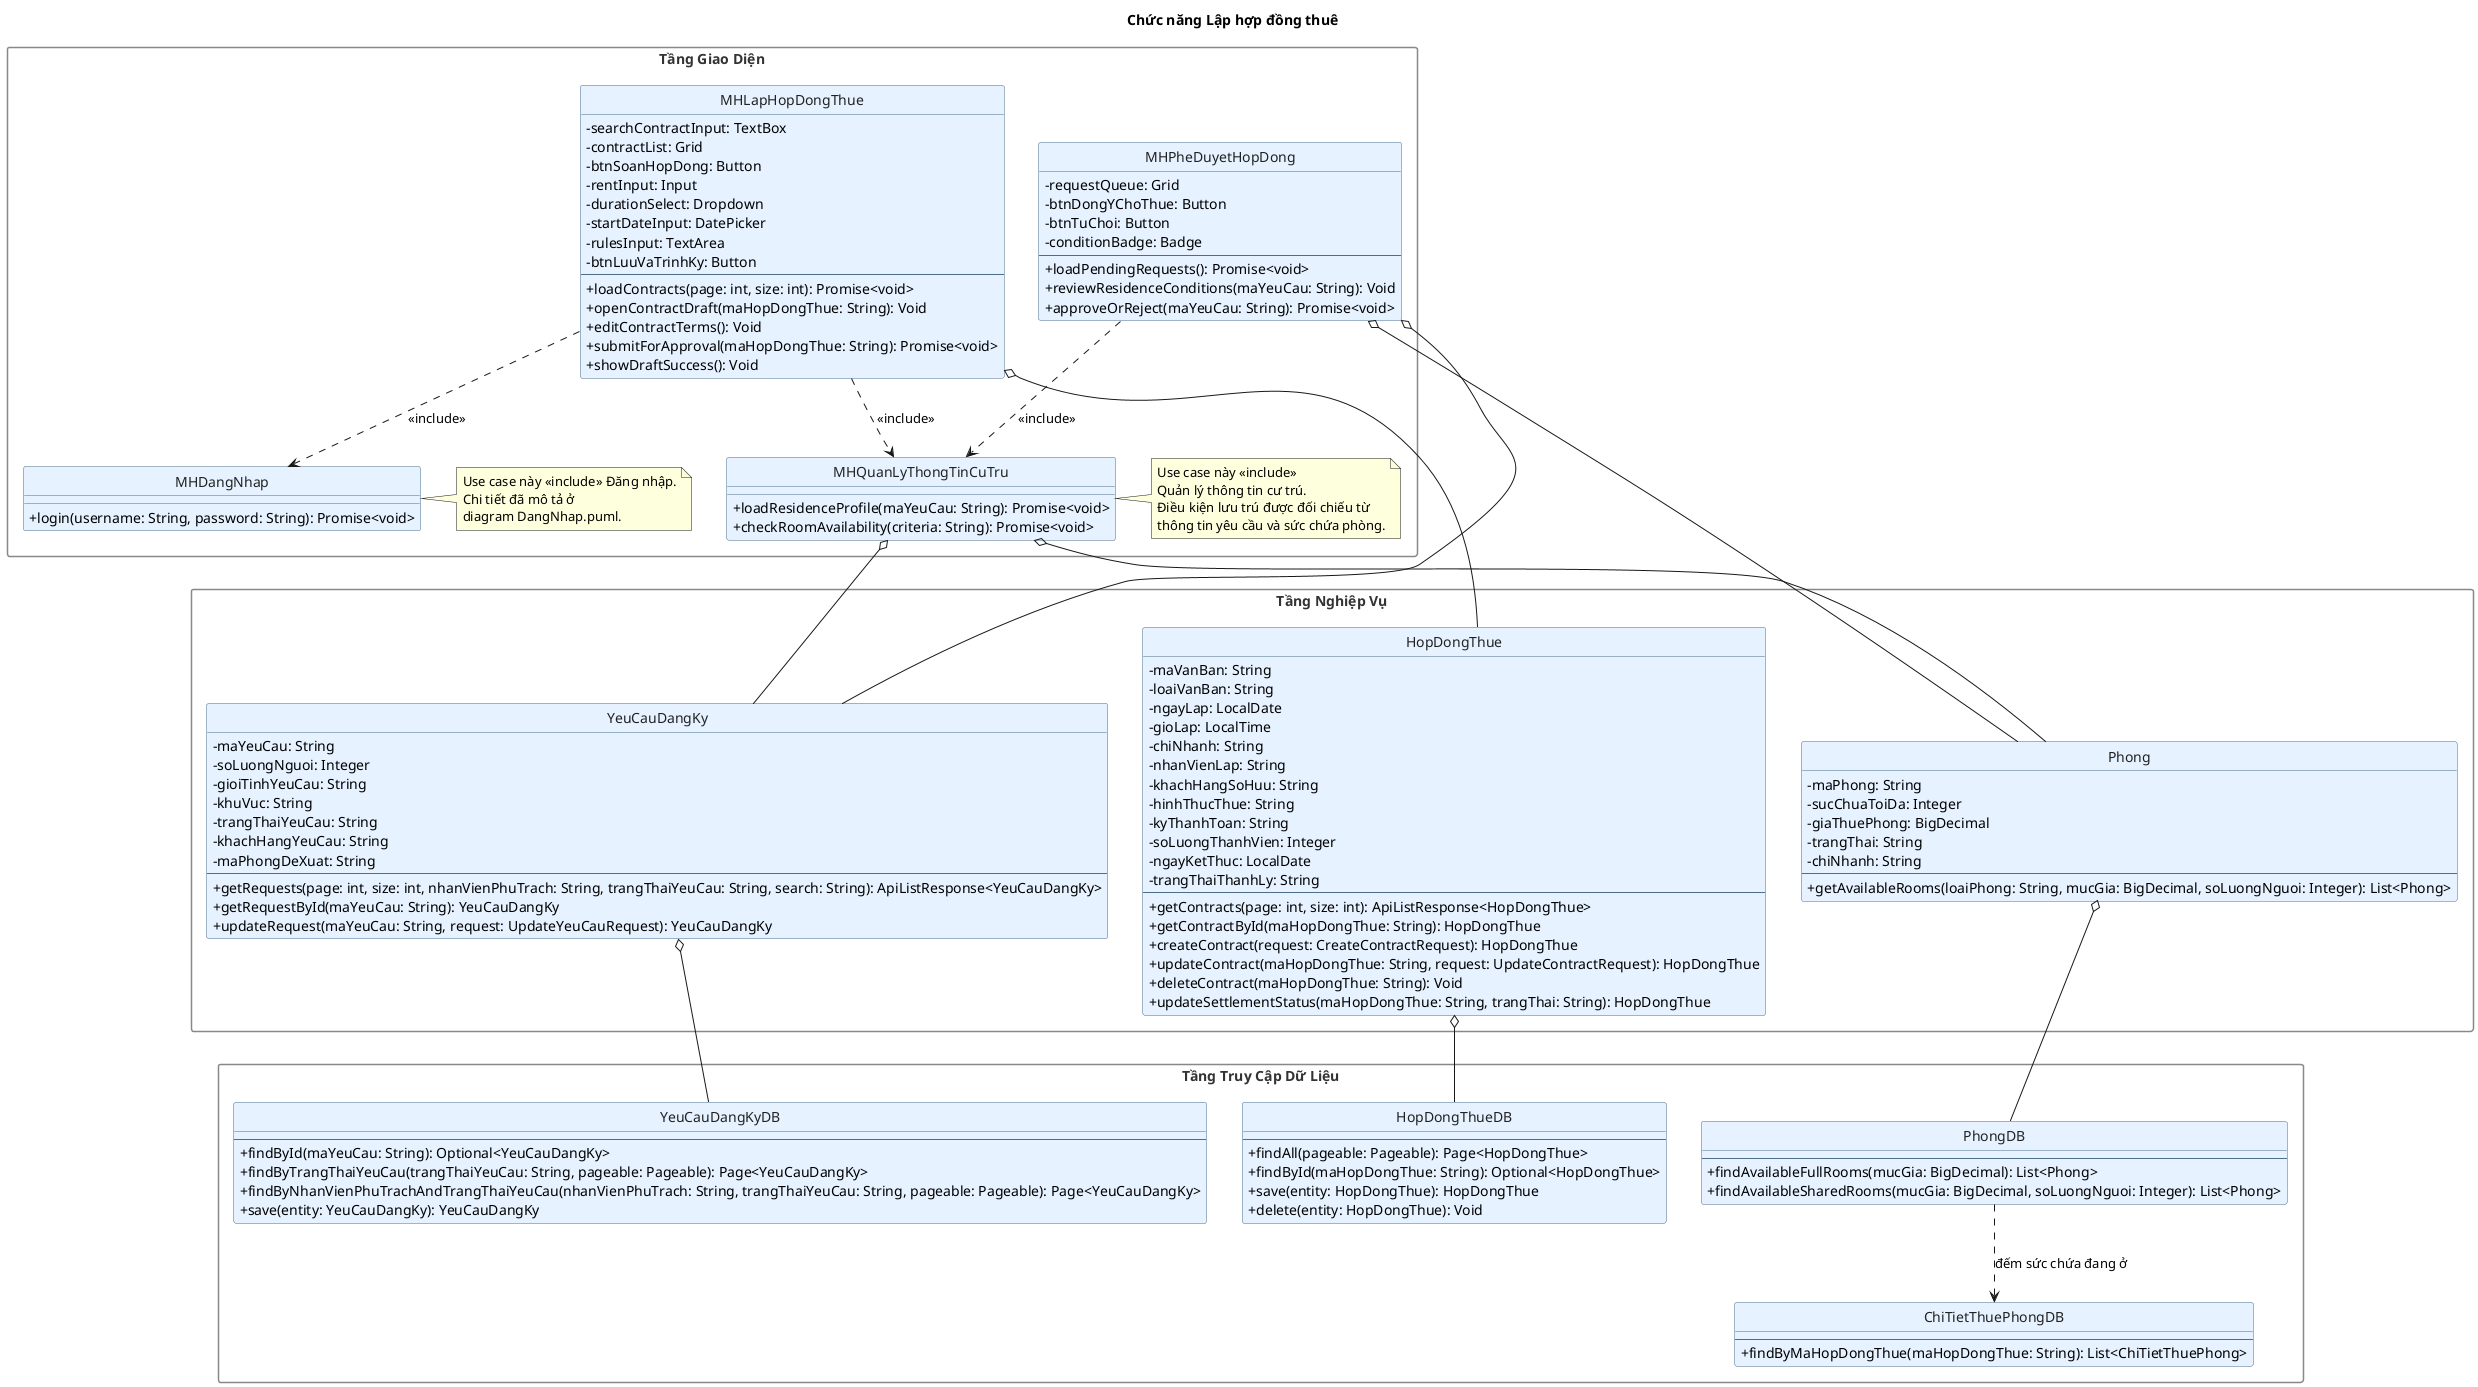
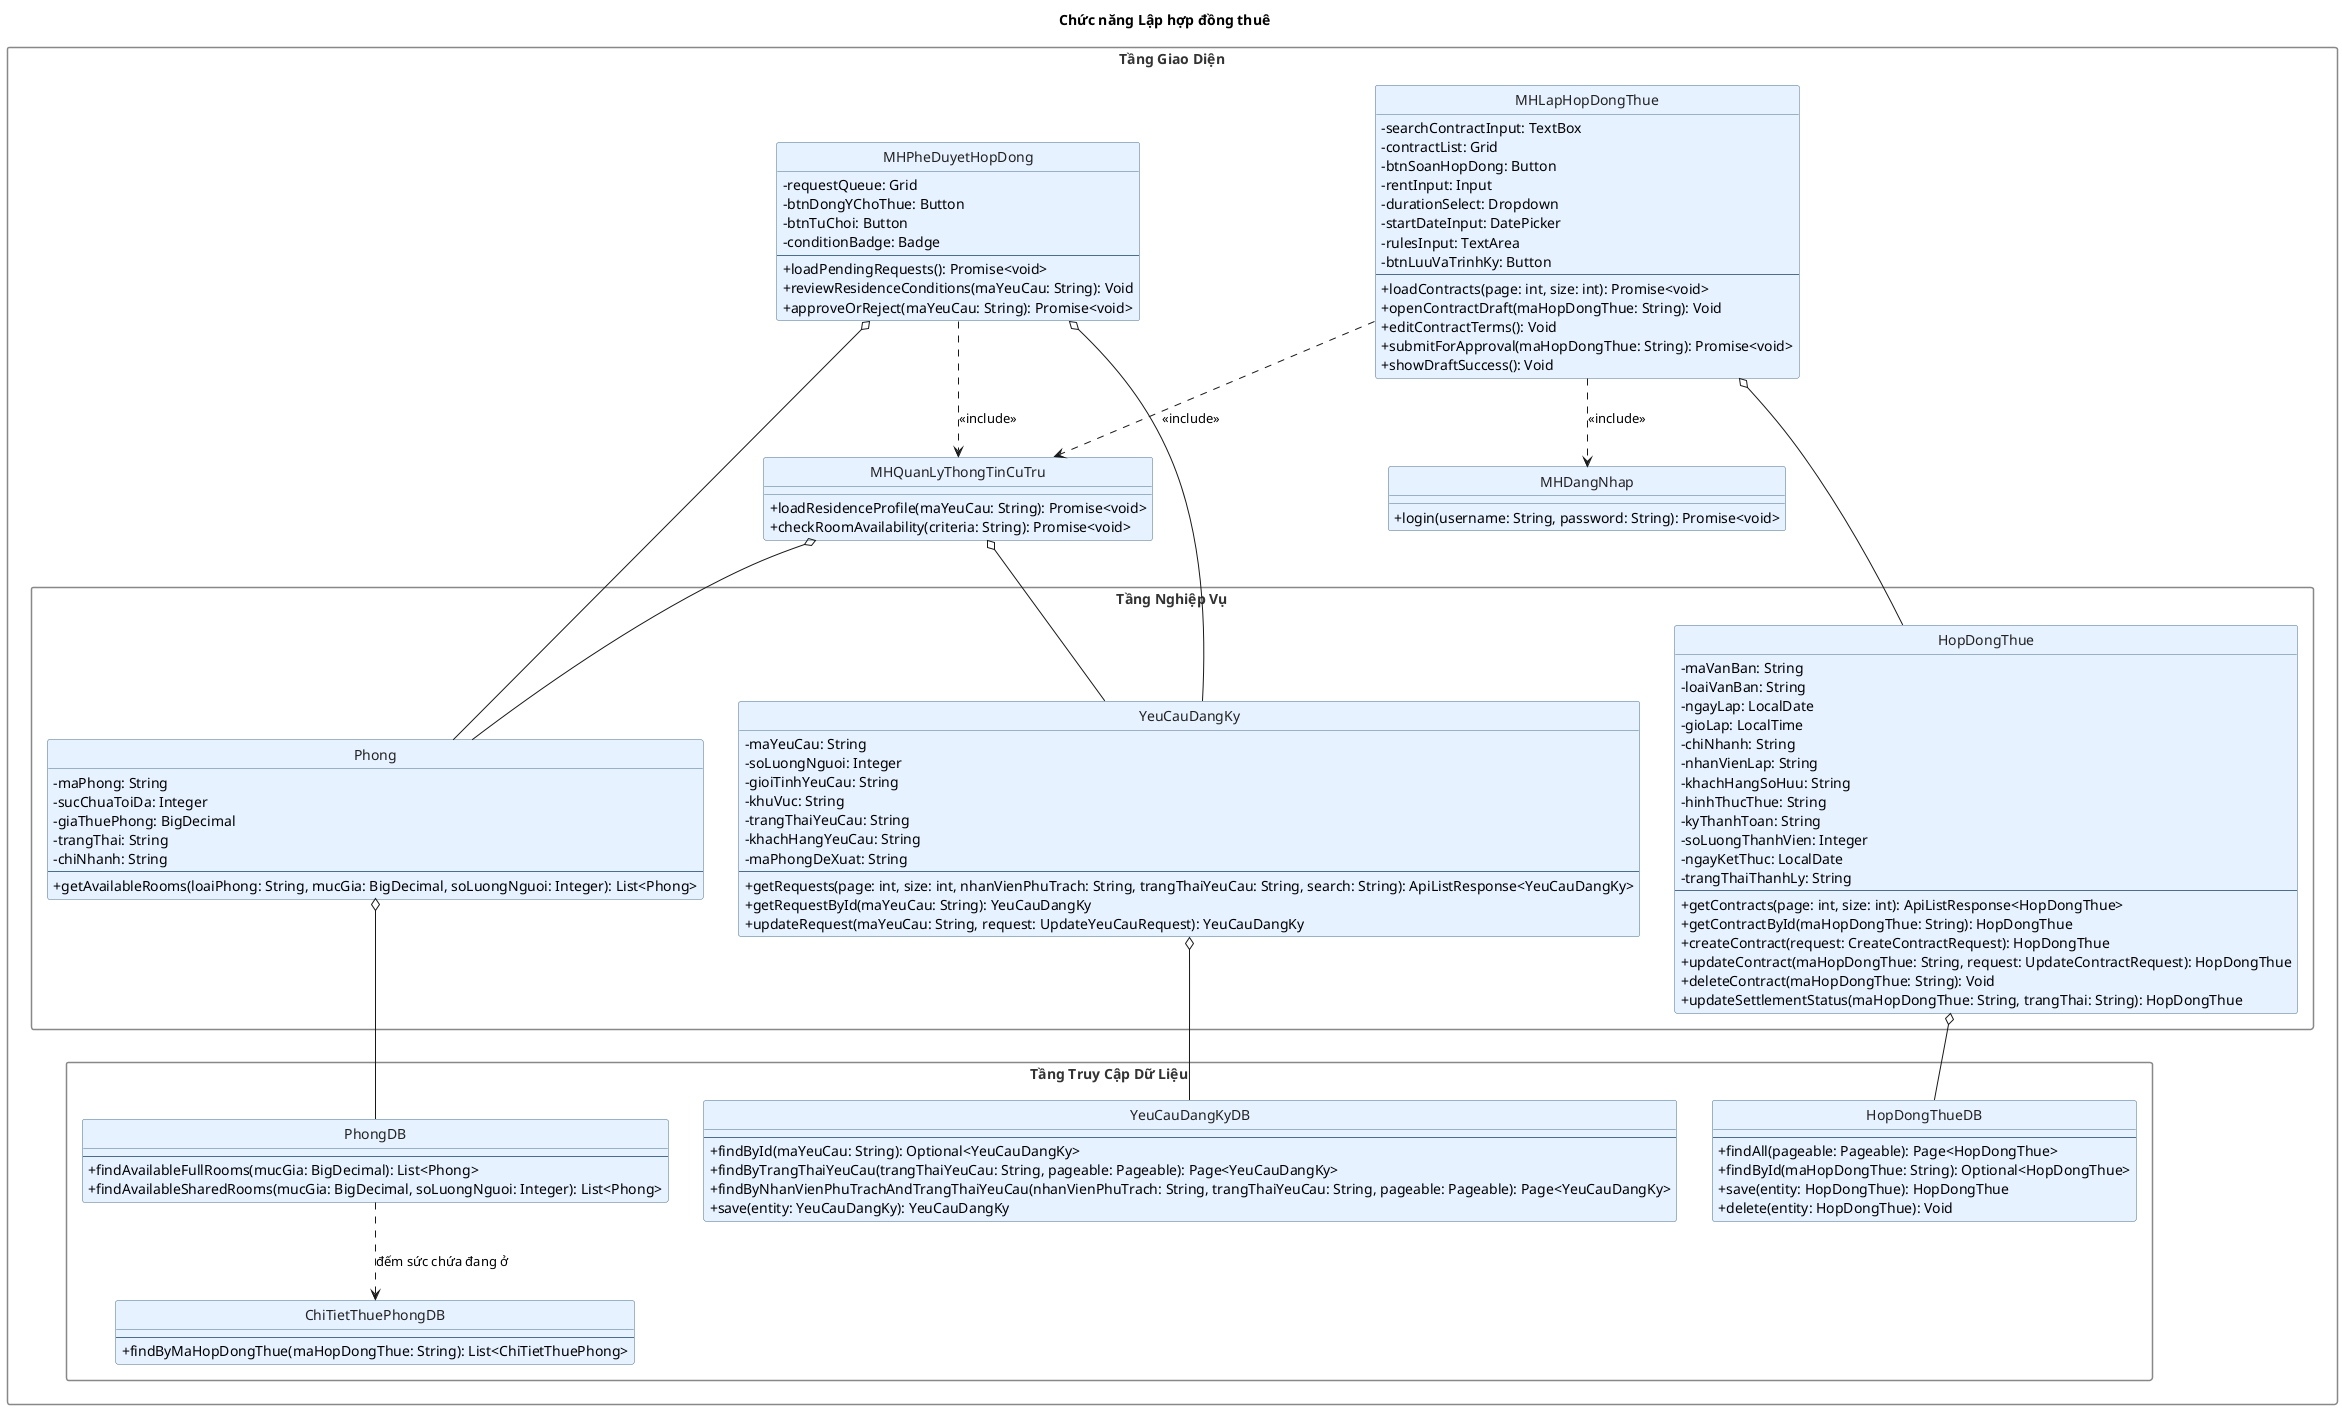
@startuml
title Chức năng Lập hợp đồng thuê

hide circle
skinparam shadowing false
skinparam classAttributeIconSize 0

skinparam class {
	BorderColor #4C6E8B
	BackgroundColor #E6F2FF
	FontColor #222222
}

skinparam package {
	BorderColor #888888
	FontColor #333333
	FontSize 14
	Style rectangle
}

' ================= TẦNG GIAO DIỆN =================
package "Tầng Giao Diện" as UI_Layer {
class MHLapHopDongThue {
	' Sale soạn điều khoản hợp đồng (SaleContracts.tsx)
	-searchContractInput: TextBox
	-contractList: Grid
	-btnSoanHopDong: Button
	-rentInput: Input
	-durationSelect: Dropdown
	-startDateInput: DatePicker
	-rulesInput: TextArea
	-btnLuuVaTrinhKy: Button
	--
	+loadContracts(page: int, size: int): Promise<void>
	+openContractDraft(maHopDongThue: String): Void
	+editContractTerms(): Void
	+submitForApproval(maHopDongThue: String): Promise<void>
	+showDraftSuccess(): Void
}

class MHPheDuyetHopDong {
	' Quản lý duyệt điều kiện lưu trú + duyệt hợp đồng (ApprovalHub.tsx)
	-requestQueue: Grid
	-btnDongYChoThue: Button
	-btnTuChoi: Button
	-conditionBadge: Badge
	--
	+loadPendingRequests(): Promise<void>
	+reviewResidenceConditions(maYeuCau: String): Void
	+approveOrReject(maYeuCau: String): Promise<void>
}

class MHDangNhap {
	' Include từ use case Đăng nhập
	+login(username: String, password: String): Promise<void>
}

class MHQuanLyThongTinCuTru {
	' Include từ use case Quản lý thông tin cư trú
	+loadResidenceProfile(maYeuCau: String): Promise<void>
	+checkRoomAvailability(criteria: String): Promise<void>
}

- note right of MHDangNhap
- Use case này <<include>> Đăng nhập.
- Chi tiết đã mô tả ở
- diagram DangNhap.puml.
- end note
- 
- note right of MHQuanLyThongTinCuTru
- Use case này <<include>>
- Quản lý thông tin cư trú.
- Điều kiện lưu trú được đối chiếu từ
- thông tin yêu cầu và sức chứa phòng.
- end note
- }

' ================= TẦNG NGHIỆP VỤ =================
package "Tầng Nghiệp Vụ" as BLL_Layer {

class HopDongThue {
	' Entity hợp đồng thuê (gộp trường kế thừa ChungTu)
	-maVanBan: String
	-loaiVanBan: String
	-ngayLap: LocalDate
	-gioLap: LocalTime
	-chiNhanh: String
	-nhanVienLap: String
	-khachHangSoHuu: String
	-hinhThucThue: String
	-kyThanhToan: String
	-soLuongThanhVien: Integer
	-ngayKetThuc: LocalDate
	-trangThaiThanhLy: String
	--
	+getContracts(page: int, size: int): ApiListResponse<HopDongThue>
	+getContractById(maHopDongThue: String): HopDongThue
	+createContract(request: CreateContractRequest): HopDongThue
	+updateContract(maHopDongThue: String, request: UpdateContractRequest): HopDongThue
	+deleteContract(maHopDongThue: String): Void
	+updateSettlementStatus(maHopDongThue: String, trangThai: String): HopDongThue
}

class YeuCauDangKy {
	' Dữ liệu yêu cầu thuê để kiểm tra điều kiện lưu trú
	-maYeuCau: String
	-soLuongNguoi: Integer
	-gioiTinhYeuCau: String
	-khuVuc: String
	-trangThaiYeuCau: String
	-khachHangYeuCau: String
	-maPhongDeXuat: String
	--
	+getRequests(page: int, size: int, nhanVienPhuTrach: String, trangThaiYeuCau: String, search: String): ApiListResponse<YeuCauDangKy>
	+getRequestById(maYeuCau: String): YeuCauDangKy
	+updateRequest(maYeuCau: String, request: UpdateYeuCauRequest): YeuCauDangKy
}

class Phong {
	' Dữ liệu sức chứa để kiểm tra đủ điều kiện cư trú
	-maPhong: String
	-sucChuaToiDa: Integer
	-giaThuePhong: BigDecimal
	-trangThai: String
	-chiNhanh: String
	--
	+getAvailableRooms(loaiPhong: String, mucGia: BigDecimal, soLuongNguoi: Integer): List<Phong>
}
}

' ================= TẦNG TRUY CẬP DỮ LIỆU =================
package "Tầng Truy Cập Dữ Liệu" as DAL_Layer {

class HopDongThueDB {
	' Repository (HopDongThueRepository)
	--
	+findAll(pageable: Pageable): Page<HopDongThue>
	+findById(maHopDongThue: String): Optional<HopDongThue>
	+save(entity: HopDongThue): HopDongThue
	+delete(entity: HopDongThue): Void
}

class YeuCauDangKyDB {
	' Repository (YeuCauDangKyRepository)
	--
	+findById(maYeuCau: String): Optional<YeuCauDangKy>
	+findByTrangThaiYeuCau(trangThaiYeuCau: String, pageable: Pageable): Page<YeuCauDangKy>
	+findByNhanVienPhuTrachAndTrangThaiYeuCau(nhanVienPhuTrach: String, trangThaiYeuCau: String, pageable: Pageable): Page<YeuCauDangKy>
	+save(entity: YeuCauDangKy): YeuCauDangKy
}

class PhongDB {
	' Repository (PhongRepository)
	--
	+findAvailableFullRooms(mucGia: BigDecimal): List<Phong>
	+findAvailableSharedRooms(mucGia: BigDecimal, soLuongNguoi: Integer): List<Phong>
}

class ChiTietThuePhongDB {
	' Repository (ChiTietThuePhongRepository)
	--
	+findByMaHopDongThue(maHopDongThue: String): List<ChiTietThuePhong>
}
}

' ================= RELATIONSHIPS =================
' (Include use cases)
MHLapHopDongThue ..> MHDangNhap : <<include>>
MHLapHopDongThue ..> MHQuanLyThongTinCuTru : <<include>>
MHPheDuyetHopDong ..> MHQuanLyThongTinCuTru : <<include>>

' (UI -> BLL)
MHLapHopDongThue o-- HopDongThue
MHPheDuyetHopDong o-- YeuCauDangKy
MHPheDuyetHopDong o-- Phong
MHQuanLyThongTinCuTru o-- YeuCauDangKy
MHQuanLyThongTinCuTru o-- Phong

' (BLL -> DAL)
HopDongThue o-- HopDongThueDB
YeuCauDangKy o-- YeuCauDangKyDB
Phong o-- PhongDB
PhongDB ..> ChiTietThuePhongDB : đếm sức chứa đang ở

@enduml
